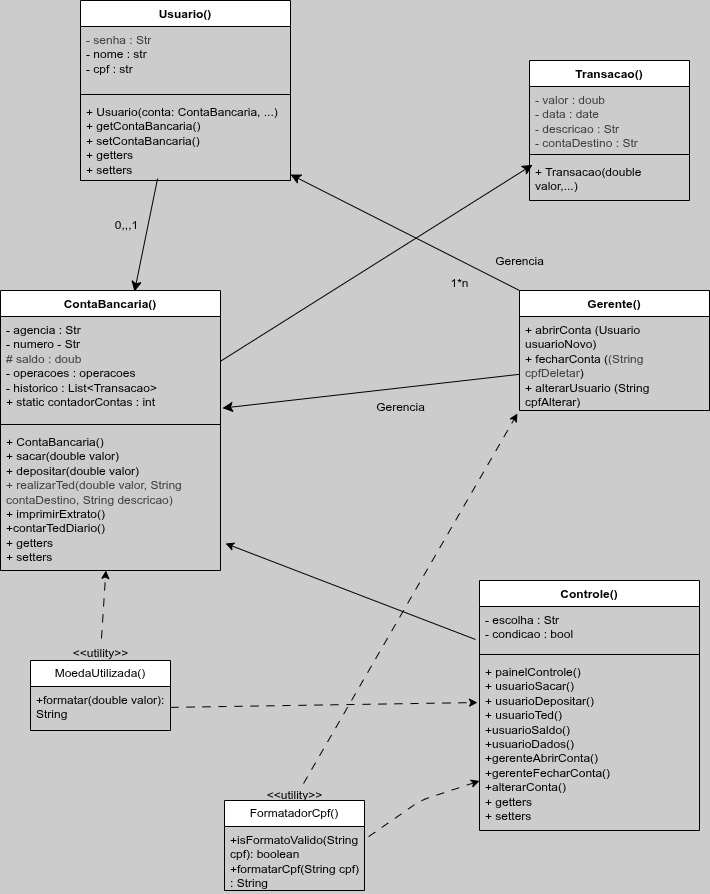
Earlier version of the draw.io export Diagrama de classes.drawio.png (soturnacrosta/sistemaBancario). Source tidied: cells renumbered, new cells last; positions are measured from the earlier drawing's top-left corner, leaving out a move shared by most shapes.
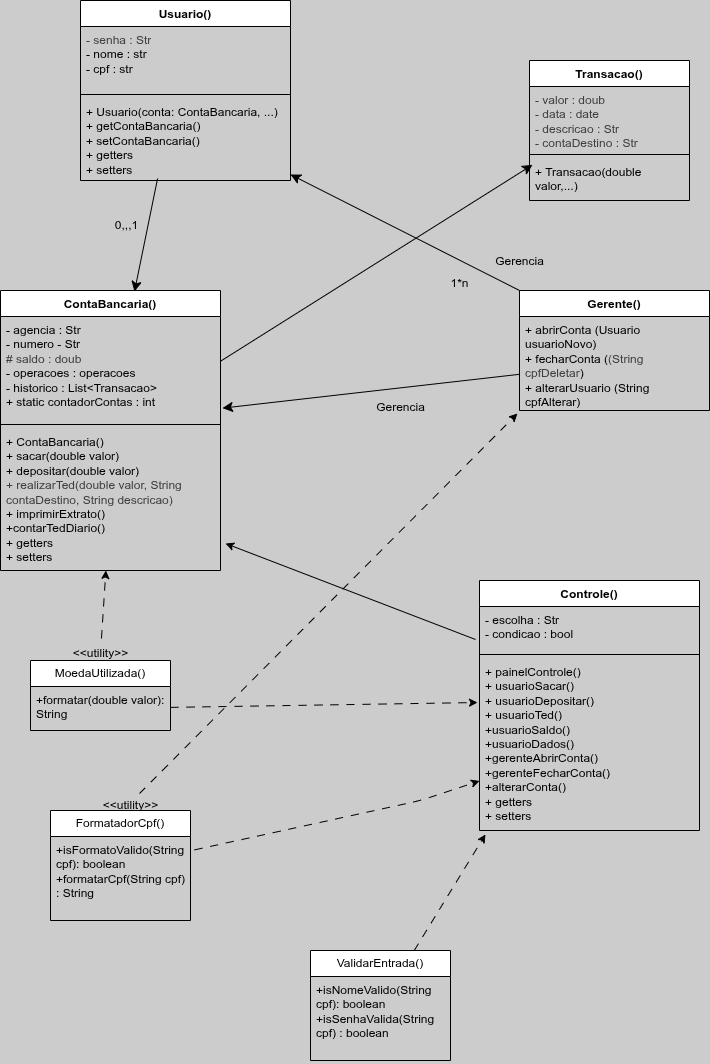
Later version of the same file.

Change to the diagram source:
```diff
@@ -105,10 +105,10 @@
       <mxGeometry x="60" y="638" width="80" height="30" as="geometry" />
     </mxCell>
     <mxCell id="34" value="FormatadorCpf()" style="swimlane;fontStyle=0;horizontal=1;startSize=26;whiteSpace=wrap;html=1;" parent="1" vertex="1">
-      <mxGeometry x="224" y="800" width="140" height="90" as="geometry" />
+      <mxGeometry x="50" y="810" width="140" height="110" as="geometry" />
     </mxCell>
     <mxCell id="35" value="+isFormatoValido(String cpf): boolean&lt;div&gt;+formatarCpf(String cpf) : String&lt;/div&gt;" style="text;strokeColor=none;fillColor=none;align=left;verticalAlign=top;spacingLeft=4;spacingRight=4;overflow=hidden;points=[[0,0.5],[1,0.5]];portConstraint=eastwest;whiteSpace=wrap;html=1;" parent="34" vertex="1">
-      <mxGeometry y="26" width="140" height="64" as="geometry" />
+      <mxGeometry y="26" width="140" height="84" as="geometry" />
     </mxCell>
     <mxCell id="36" style="edgeStyle=none;html=1;dashed=1;dashPattern=8 8;exitX=1.029;exitY=0.159;exitDx=0;exitDy=0;exitPerimeter=0;" parent="1" edge="1" source="35" target="20">
       <mxGeometry relative="1" as="geometry">
@@ -118,10 +118,19 @@
       </mxGeometry>
     </mxCell>
     <mxCell id="37" value="&amp;lt;&amp;lt;utility&amp;gt;&amp;gt;" style="text;html=1;align=center;verticalAlign=middle;points=[];strokeColor=none;fillColor=none;" parent="1" vertex="1">
-      <mxGeometry x="254" y="780" width="80" height="30" as="geometry" />
+      <mxGeometry x="90" y="790" width="80" height="30" as="geometry" />
     </mxCell>
     <mxCell id="38" style="edgeStyle=none;html=1;entryX=-0.011;entryY=1.032;entryDx=0;entryDy=0;entryPerimeter=0;dashed=1;dashPattern=8 8;exitX=0.613;exitY=0.1;exitDx=0;exitDy=0;exitPerimeter=0;" parent="1" edge="1" source="37" target="9">
       <mxGeometry relative="1" as="geometry" />
     </mxCell>
+    <mxCell id="39" value="ValidarEntrada()" style="swimlane;fontStyle=0;horizontal=1;startSize=26;whiteSpace=wrap;html=1;" parent="1" vertex="1">
+      <mxGeometry x="310" y="950" width="140" height="110" as="geometry" />
+    </mxCell>
+    <mxCell id="40" value="+isNomeValido(String cpf): boolean&lt;div&gt;+isSenhaValida(String cpf) : boolean&lt;/div&gt;&lt;div&gt;&lt;br&gt;&lt;/div&gt;" style="text;strokeColor=none;fillColor=none;align=left;verticalAlign=top;spacingLeft=4;spacingRight=4;overflow=hidden;whiteSpace=wrap;html=1;" parent="39" vertex="1">
+      <mxGeometry y="26" width="140" height="84" as="geometry" />
+    </mxCell>
+    <mxCell id="41" style="edgeStyle=none;html=1;entryX=0.027;entryY=1.023;entryDx=0;entryDy=0;entryPerimeter=0;dashed=1;dashPattern=8 8;" parent="1" edge="1" source="39" target="20">
+      <mxGeometry relative="1" as="geometry" />
+    </mxCell>
   </root>
 </mxGraphModel>
```
